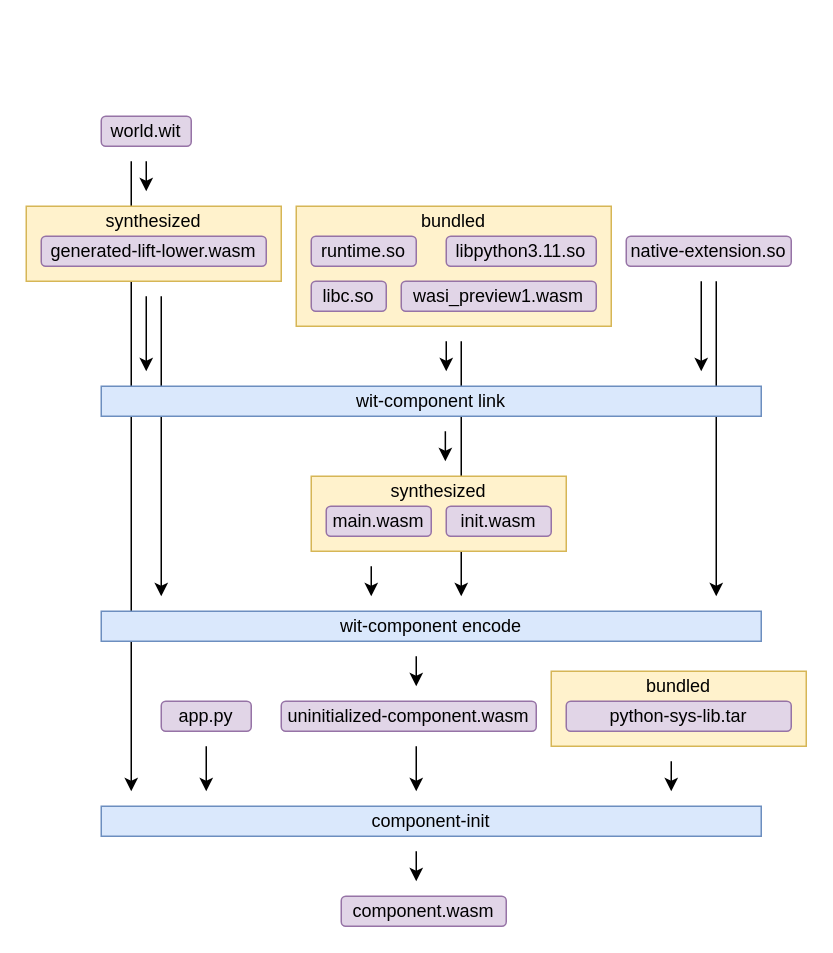
dicej/presentations keeps this draw.io diagram as componentize-py-inside.drawio. Above is the earlier version. Source tidied: cells renumbered, new cells numbered last; positions are measured from the earlier drawing's top-left corner, leaving out a move shared by most shapes. Both pictures are drawn from the tidied source at 150%, with x=0, y=0 at pixel (26, 116).
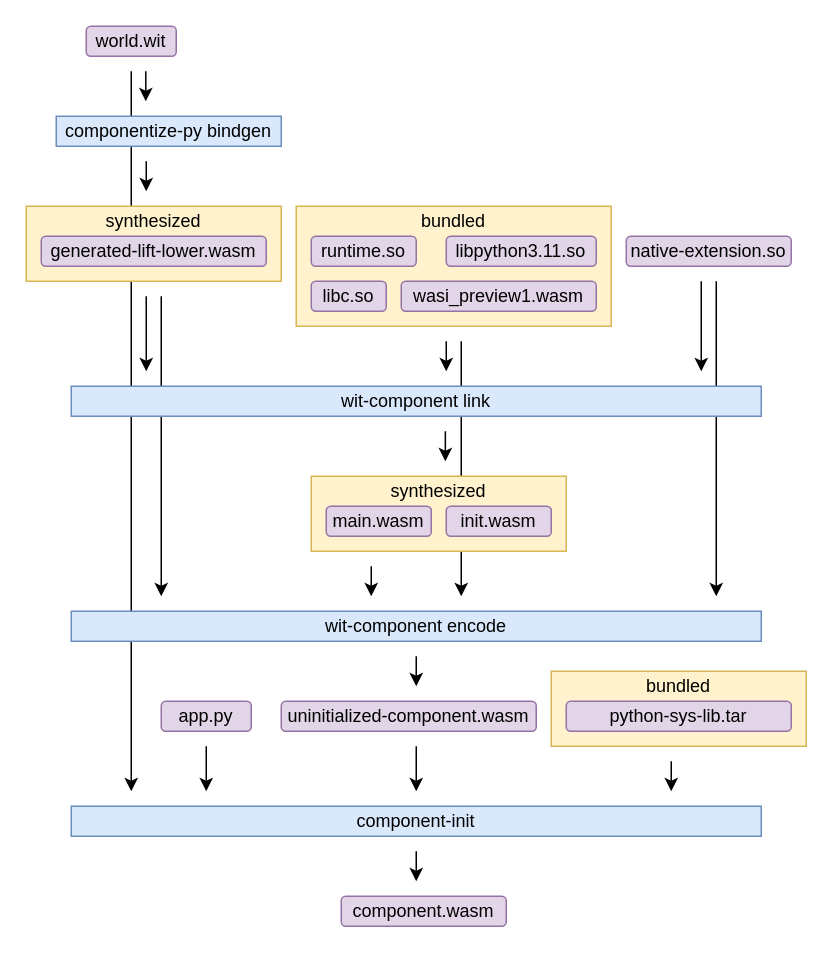
The same page after the edit.

Diff of the diagram source:
```diff
@@
     <mxCell id="2" style="endArrow=classic;html=1;rounded=0;" parent="1" edge="1">
       <mxGeometry relative="1" as="geometry">
-        <mxPoint x="70" y="30" as="sourcePoint" />
+        <mxPoint x="70" y="-30" as="sourcePoint" />
         <mxPoint x="70" y="450" as="targetPoint" />
       </mxGeometry>
     </mxCell>
@@
     <mxCell id="14" value="world.wit" style="rounded=1;whiteSpace=wrap;html=1;fillColor=#e1d5e7;strokeColor=#9673a6;" parent="1" vertex="1">
-      <mxGeometry x="50" width="60" height="20" as="geometry" />
+      <mxGeometry x="40" y="-60" width="60" height="20" as="geometry" />
     </mxCell>
@@
     <mxCell id="26" value="wit-component link" style="rounded=0;whiteSpace=wrap;html=1;fillColor=#dae8fc;strokeColor=#6c8ebf;" parent="1" vertex="1">
-      <mxGeometry x="50" y="180" width="440" height="20" as="geometry" />
+      <mxGeometry x="30" y="180" width="460" height="20" as="geometry" />
     </mxCell>
@@
     <mxCell id="28" value="wit-component encode" style="rounded=0;whiteSpace=wrap;html=1;fillColor=#dae8fc;strokeColor=#6c8ebf;" parent="1" vertex="1">
-      <mxGeometry x="50" y="330" width="440" height="20" as="geometry" />
+      <mxGeometry x="30" y="330" width="460" height="20" as="geometry" />
     </mxCell>
@@
     <mxCell id="30" value="component-init" style="rounded=0;whiteSpace=wrap;html=1;fillColor=#dae8fc;strokeColor=#6c8ebf;" parent="1" vertex="1">
-      <mxGeometry x="50" y="460" width="440" height="20" as="geometry" />
+      <mxGeometry x="30" y="460" width="460" height="20" as="geometry" />
     </mxCell>
@@
+    <mxCell id="39" value="componentize-py bindgen" style="rounded=0;whiteSpace=wrap;html=1;fillColor=#dae8fc;strokeColor=#6c8ebf;" parent="1" vertex="1">
+      <mxGeometry x="20" width="150" height="20" as="geometry" />
+    </mxCell>
+    <mxCell id="40" style="endArrow=classic;html=1;rounded=0;" parent="1" edge="1">
+      <mxGeometry relative="1" as="geometry">
+        <mxPoint x="79.7" y="-30" as="sourcePoint" />
+        <mxPoint x="79.7" y="-10" as="targetPoint" />
+      </mxGeometry>
+    </mxCell>
```
